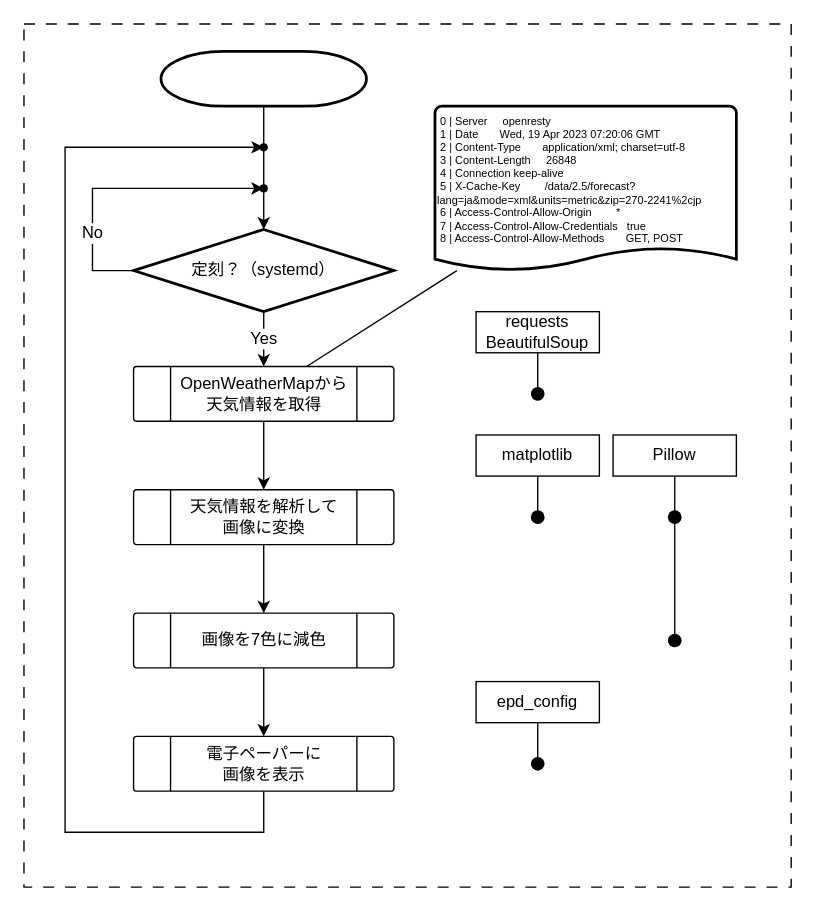
The draw.io diagram weather.drawio in ka10ryu1/weather_forecast_viewer, before the edit. Source tidied: cells renumbered, new cells numbered last; positions are measured from the earlier drawing's top-left corner, leaving out a move shared by most shapes. Both pictures are drawn from the tidied source at 137%, with x=0, y=0 at pixel (23, 23).
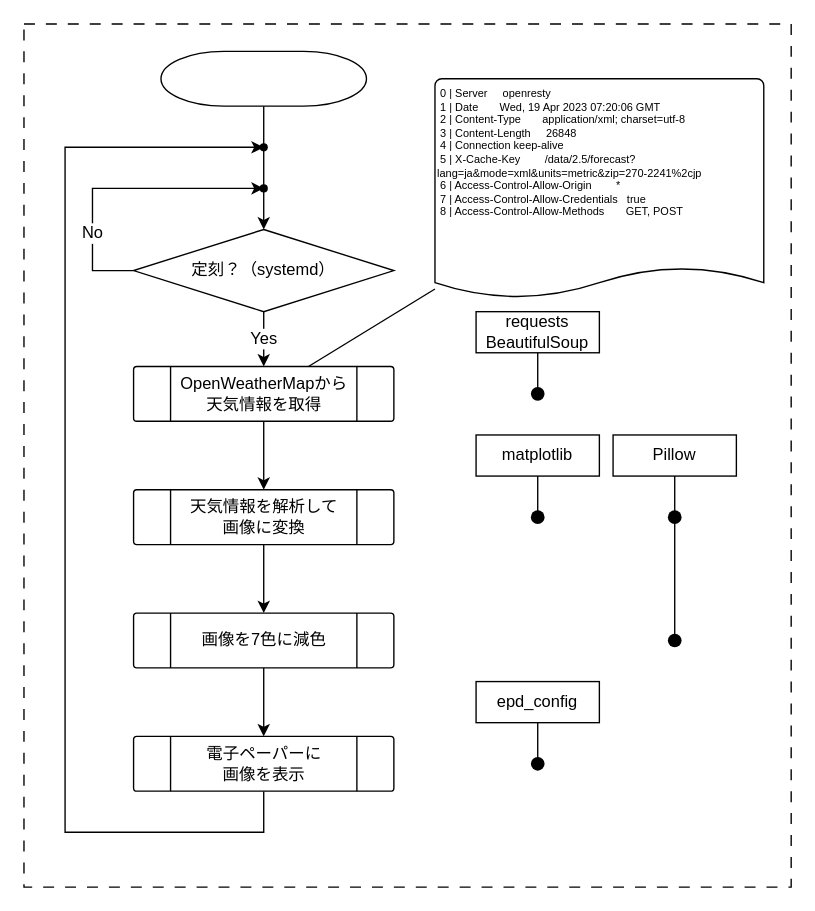
The same page after the edit.

Commit message:
:bug: レイアウトを修正

What changed in the source:
```diff
@@
-    <mxCell id="4" style="strokeWidth=2;html=1;shape=mxgraph.flowchart.terminator;whiteSpace=wrap;" parent="1" vertex="1">
+    <mxCell id="4" style="strokeWidth=1;html=1;shape=mxgraph.flowchart.terminator;whiteSpace=wrap;" parent="1" vertex="1">
       <mxGeometry x="100" y="20" width="150" height="40" as="geometry" />
     </mxCell>
@@
-    <mxCell id="7" value="定刻？（systemd）" style="strokeWidth=2;html=1;shape=mxgraph.flowchart.decision;whiteSpace=wrap;" parent="1" vertex="1">
+    <mxCell id="7" value="定刻？（systemd）" style="strokeWidth=1;html=1;shape=mxgraph.flowchart.decision;whiteSpace=wrap;" parent="1" vertex="1">
       <mxGeometry x="80" y="150" width="190" height="60" as="geometry" />
     </mxCell>
@@
-    <mxCell id="18" value="&lt;div style=&quot;font-size: 8px;&quot;&gt;&amp;nbsp;0 | Server&amp;nbsp; &amp;nbsp; &amp;nbsp;openresty&lt;/div&gt;&lt;div style=&quot;font-size: 8px;&quot;&gt;&amp;nbsp;1 | Date&amp;nbsp; &amp;nbsp; &amp;nbsp; &amp;nbsp;Wed, 19 Apr 2023 07:20:06 GMT&lt;/div&gt;&lt;div style=&quot;font-size: 8px;&quot;&gt;&amp;nbsp;2 | Content-Type&amp;nbsp; &amp;nbsp; &amp;nbsp; &amp;nbsp;application/xml; charset=utf-8&lt;/div&gt;&lt;div style=&quot;font-size: 8px;&quot;&gt;&amp;nbsp;3 | Content-Length&amp;nbsp; &amp;nbsp; &amp;nbsp;26848&lt;/div&gt;&lt;div style=&quot;font-size: 8px;&quot;&gt;&amp;nbsp;4 | Connection keep-alive&lt;/div&gt;&lt;div style=&quot;font-size: 8px;&quot;&gt;&amp;nbsp;5 | X-Cache-Key&amp;nbsp; &amp;nbsp; &amp;nbsp; &amp;nbsp; /data/2.5/forecast?lang=ja&amp;amp;mode=xml&amp;amp;units=metric&amp;amp;zip=270-2241%2cjp&lt;/div&gt;&lt;div style=&quot;font-size: 8px;&quot;&gt;&amp;nbsp;6 | Access-Control-Allow-Origin&amp;nbsp; &amp;nbsp; &amp;nbsp; &amp;nbsp; *&lt;/div&gt;&lt;div style=&quot;font-size: 8px;&quot;&gt;&amp;nbsp;7 | Access-Control-Allow-Credentials&amp;nbsp; &amp;nbsp;true&lt;/div&gt;&lt;div style=&quot;font-size: 8px;&quot;&gt;&amp;nbsp;8 | Access-Control-Allow-Methods&amp;nbsp; &amp;nbsp; &amp;nbsp; &amp;nbsp;GET, POST&lt;/div&gt;" style="strokeWidth=2;html=1;shape=mxgraph.flowchart.document2;whiteSpace=wrap;size=0.1392857142857143;fontSize=8;fillColor=none;align=left;verticalAlign=top;" parent="1" vertex="1">
-      <mxGeometry x="300" y="60" width="220" height="120" as="geometry" />
+    <mxCell id="18" value="&lt;div style=&quot;font-size: 8px;&quot;&gt;&amp;nbsp;0 | Server&amp;nbsp; &amp;nbsp; &amp;nbsp;openresty&lt;/div&gt;&lt;div style=&quot;font-size: 8px;&quot;&gt;&amp;nbsp;1 | Date&amp;nbsp; &amp;nbsp; &amp;nbsp; &amp;nbsp;Wed, 19 Apr 2023 07:20:06 GMT&lt;/div&gt;&lt;div style=&quot;font-size: 8px;&quot;&gt;&amp;nbsp;2 | Content-Type&amp;nbsp; &amp;nbsp; &amp;nbsp; &amp;nbsp;application/xml; charset=utf-8&lt;/div&gt;&lt;div style=&quot;font-size: 8px;&quot;&gt;&amp;nbsp;3 | Content-Length&amp;nbsp; &amp;nbsp; &amp;nbsp;26848&lt;/div&gt;&lt;div style=&quot;font-size: 8px;&quot;&gt;&amp;nbsp;4 | Connection keep-alive&lt;/div&gt;&lt;div style=&quot;font-size: 8px;&quot;&gt;&amp;nbsp;5 | X-Cache-Key&amp;nbsp; &amp;nbsp; &amp;nbsp; &amp;nbsp; /data/2.5/forecast?lang=ja&amp;amp;mode=xml&amp;amp;units=metric&amp;amp;zip=270-2241%2cjp&lt;/div&gt;&lt;div style=&quot;font-size: 8px;&quot;&gt;&amp;nbsp;6 | Access-Control-Allow-Origin&amp;nbsp; &amp;nbsp; &amp;nbsp; &amp;nbsp; *&lt;/div&gt;&lt;div style=&quot;font-size: 8px;&quot;&gt;&amp;nbsp;7 | Access-Control-Allow-Credentials&amp;nbsp; &amp;nbsp;true&lt;/div&gt;&lt;div style=&quot;font-size: 8px;&quot;&gt;&amp;nbsp;8 | Access-Control-Allow-Methods&amp;nbsp; &amp;nbsp; &amp;nbsp; &amp;nbsp;GET, POST&lt;/div&gt;" style="strokeWidth=1;html=1;shape=mxgraph.flowchart.document2;whiteSpace=wrap;size=0.1392857142857143;fontSize=8;fillColor=none;align=left;verticalAlign=top;" parent="1" vertex="1">
+      <mxGeometry x="300" y="40" width="240" height="160" as="geometry" />
     </mxCell>
```
